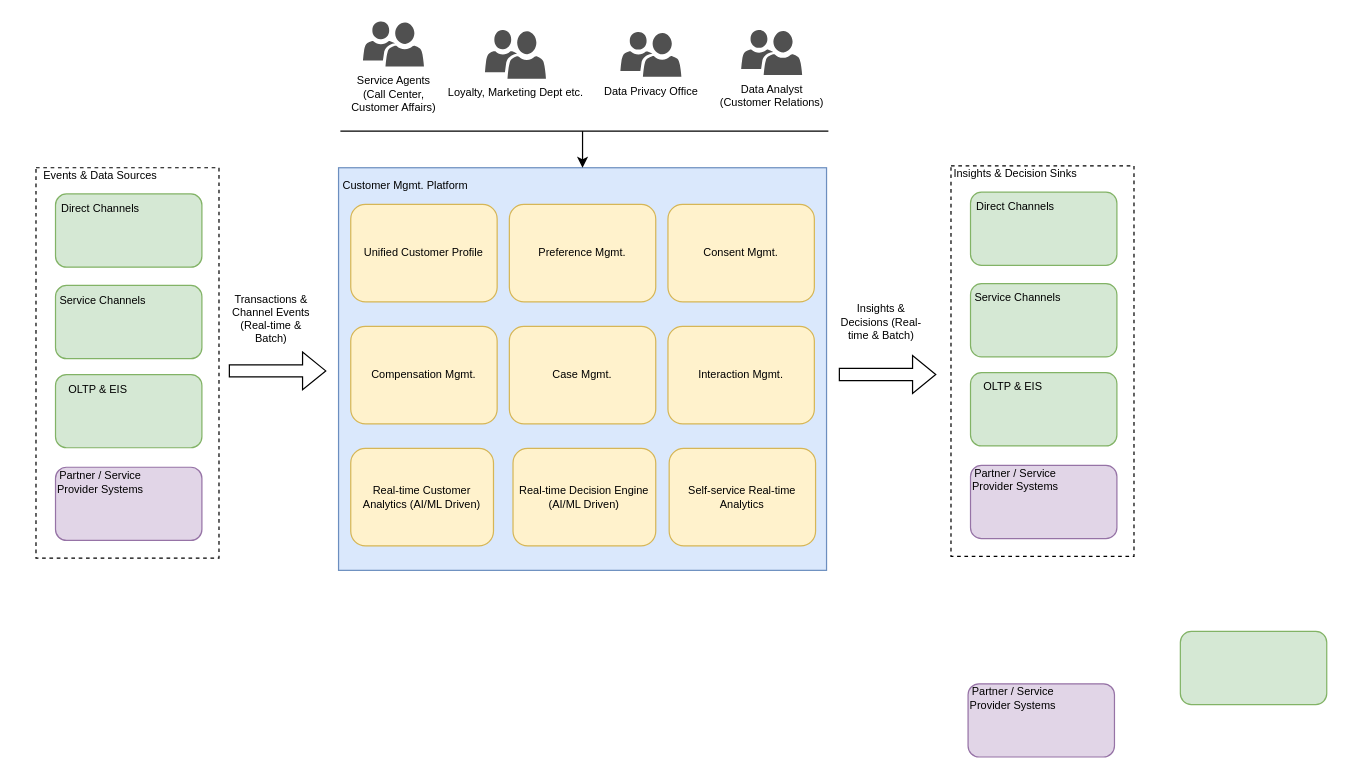
Above: page "CMP_Conceptual_View" (1 of 7) of Customer_Mgmt_Platform_Arch_Katas.drawio in S00085/cxp (draw.io), before the change. Source tidied: cells renumbered, new cells numbered last; positions are measured from the earlier drawing's top-left corner, leaving out a move shared by most shapes. Both pictures are drawn from the tidied source at 122%, with x=0, y=0 at pixel (21, 21).
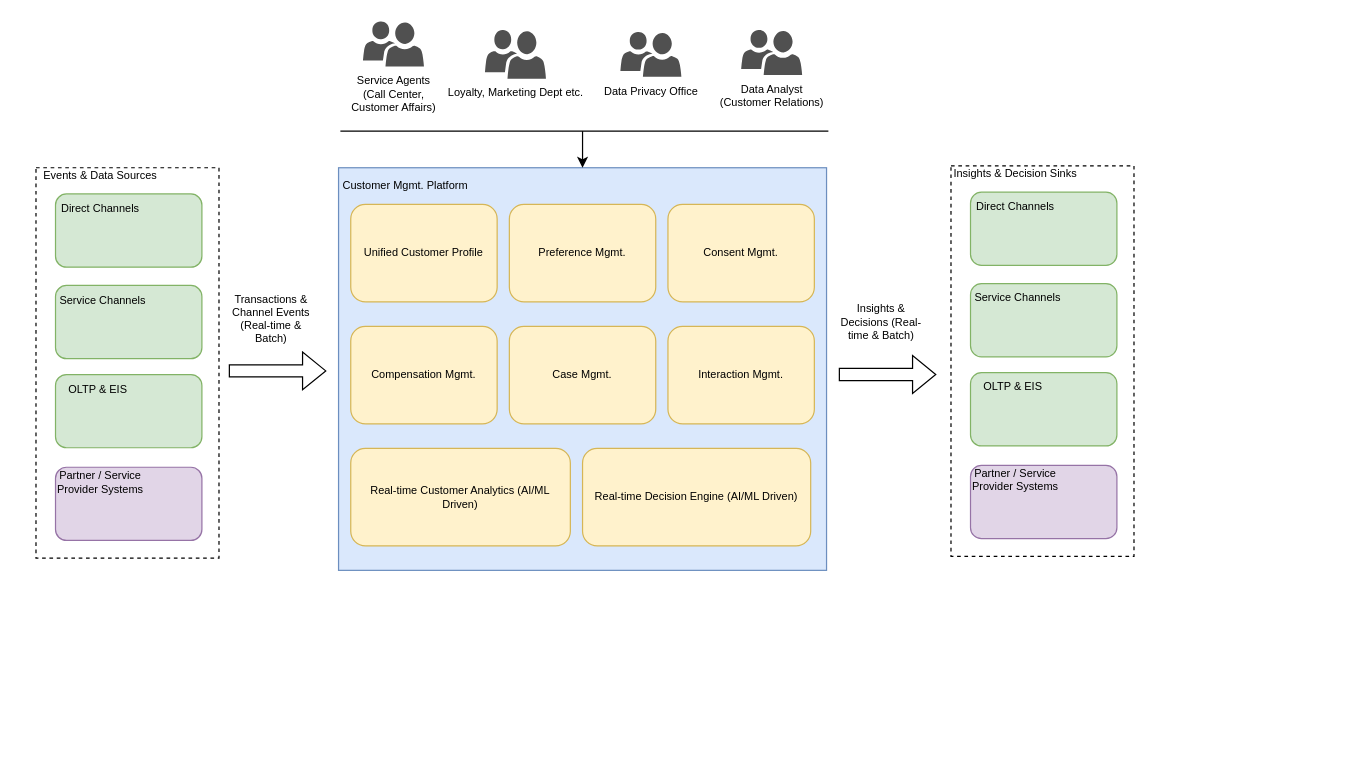
After the change.

The edit, as a diff of the source:
```diff
@@
     <mxCell id="10" value="Real-time Customer Analytics (AI/ML Driven)" style="rounded=1;whiteSpace=wrap;html=1;fontSize=9;fillColor=#fff2cc;strokeColor=#d6b656;" parent="1" vertex="1">
-      <mxGeometry x="270" y="350" width="117" height="80" as="geometry" />
+      <mxGeometry x="270" y="350" width="180" height="80" as="geometry" />
     </mxCell>
-    <mxCell id="11" value="Self-service Real-time Analytics" style="rounded=1;whiteSpace=wrap;html=1;fontSize=9;fillColor=#fff2cc;strokeColor=#d6b656;" parent="1" vertex="1">
-      <mxGeometry x="531" y="350" width="120" height="80" as="geometry" />
-    </mxCell>
@@
     <mxCell id="28" value="Real-time Decision Engine (AI/ML Driven)" style="rounded=1;whiteSpace=wrap;html=1;fontSize=9;fillColor=#fff2cc;strokeColor=#d6b656;" parent="1" vertex="1">
-      <mxGeometry x="403" y="350" width="117" height="80" as="geometry" />
+      <mxGeometry x="460" y="350" width="187" height="80" as="geometry" />
     </mxCell>
@@
-    <mxCell id="54" style="rounded=1;whiteSpace=wrap;html=1;fontSize=9;fillColor=#d5e8d4;strokeColor=#82b366;" parent="1" vertex="1">
-      <mxGeometry x="950" y="500" width="120" height="60" as="geometry" />
-    </mxCell>
-    <mxCell id="55" style="group;" parent="1" vertex="1">
-      <mxGeometry x="770" y="540" width="126" height="63" as="geometry" />
-    </mxCell>
-    <mxCell id="56" style="rounded=1;whiteSpace=wrap;html=1;fontSize=9;fillColor=#e1d5e7;strokeColor=#9673a6;" parent="55" vertex="1">
-      <mxGeometry x="6" y="3" width="120" height="60" as="geometry" />
-    </mxCell>
-    <mxCell id="57" value="Partner / Service Provider Systems" style="text;html=1;strokeColor=none;fillColor=none;align=center;verticalAlign=middle;whiteSpace=wrap;rounded=0;fontSize=9;" parent="55" vertex="1">
-      <mxGeometry x="3" width="80" height="30" as="geometry" />
-    </mxCell>
```
